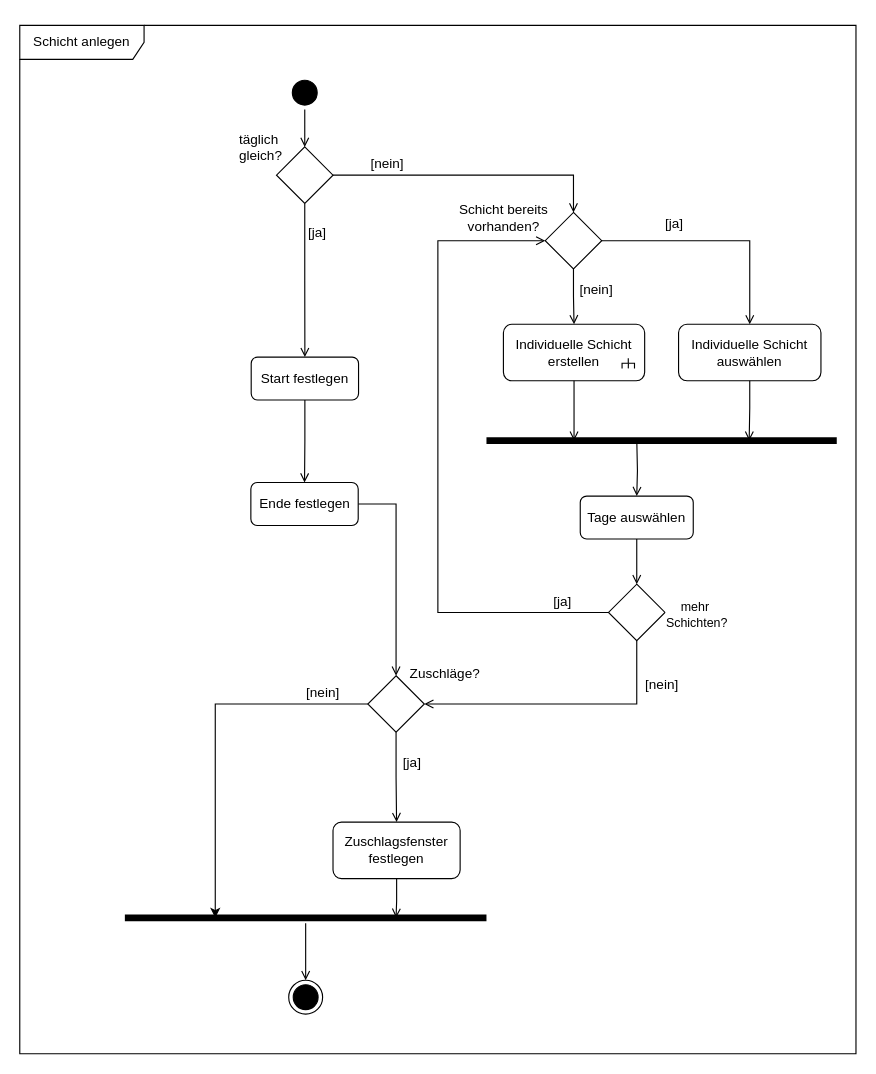
annikalenneper/praxisprojekt_mi_bachelor_SoSe24 keeps this draw.io diagram as 4_Entwurf/4_UML/4_UML_Aktivitätsdiagramme/Schicht anlegen.drawio. Above is the earlier version. Source tidied: cells renumbered, new cells numbered last; positions are measured from the earlier drawing's top-left corner, leaving out a move shared by most shapes. Both pictures are drawn from the tidied source at 113%, with x=0, y=0 at pixel (19, 25).
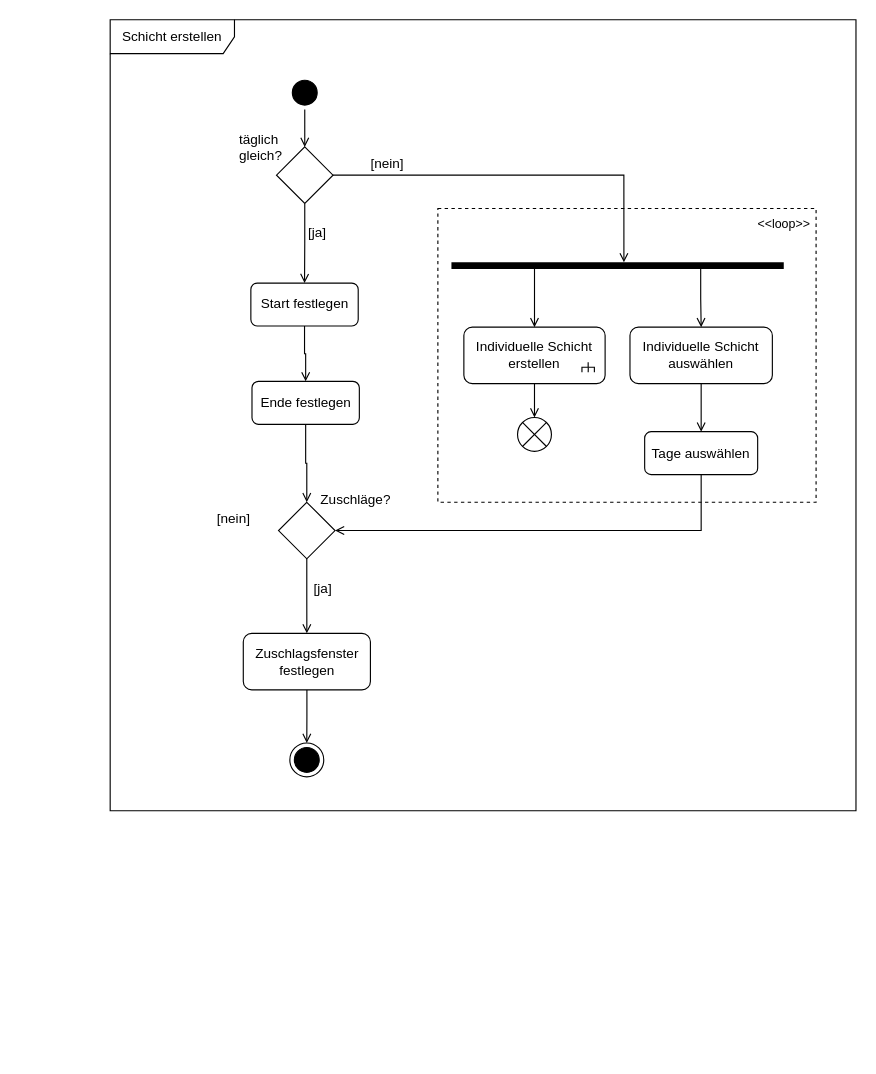
The same diagram, later.

Commit message:
changed ad 'create shift'/ 'Schicht erstellen'

Unchanged cells that the change refers to:
```xml
<mxCell id="9" style="rhombus;whiteSpace=wrap;html=1;" parent="1" vertex="1">
  <mxGeometry x="227.2" y="107.5" width="50" height="50" as="geometry" />
</mxCell>
```

Diff of the diagram source:
```diff
@@
+    <mxCell id="48" style="fontStyle=0;dashed=1;html=1;whiteSpace=wrap;fontFamily=Helvetica;fontSize=11;fontColor=default;labelBackgroundColor=none;textOpacity=0;fillColor=none;" parent="1" vertex="1">
+      <mxGeometry x="370" y="162" width="334.7" height="260" as="geometry" />
+    </mxCell>
-    <mxCell id="2" value="Schicht anlegen" style="shape=umlFrame;whiteSpace=wrap;html=1;width=110;height=30;" parent="1" vertex="1">
-      <mxGeometry width="740" height="910" as="geometry" />
+    <mxCell id="2" value="Schicht erstellen" style="shape=umlFrame;whiteSpace=wrap;html=1;width=110;height=30;" parent="1" vertex="1">
+      <mxGeometry x="80" y="-5" width="660" height="700" as="geometry" />
     </mxCell>
@@
     <mxCell id="6" value="Start festlegen" style="rounded=1;whiteSpace=wrap;html=1;" parent="1" vertex="1">
-      <mxGeometry x="204.8" y="293.5" width="95" height="38" as="geometry" />
+      <mxGeometry x="204.5" y="228" width="95" height="38" as="geometry" />
     </mxCell>
@@
-    <mxCell id="8" style="edgeStyle=orthogonalEdgeStyle;rounded=0;jettySize=auto;html=1;entryX=0.5;entryY=0;entryDx=0;entryDy=0;endArrow=open;endFill=0;" parent="1" edge="1" source="9" target="27">
+    <mxCell id="8" style="edgeStyle=orthogonalEdgeStyle;rounded=0;jettySize=auto;html=1;entryX=0.519;entryY=0.217;entryDx=0;entryDy=0;endArrow=open;endFill=0;entryPerimeter=0;" parent="1" edge="1" source="9" target="53">
       <mxGeometry relative="1" as="geometry" />
     </mxCell>
@@
     <mxCell id="12" value="Ende festlegen" style="rounded=1;whiteSpace=wrap;html=1;" parent="1" vertex="1">
-      <mxGeometry x="204.5" y="404.5" width="95" height="38" as="geometry" />
+      <mxGeometry x="205.5" y="315" width="95" height="38" as="geometry" />
     </mxCell>
+    <mxCell id="49" style="edgeStyle=orthogonalEdgeStyle;rounded=0;jettySize=auto;html=1;entryX=0.5;entryY=0;entryDx=0;entryDy=0;strokeColor=default;align=center;verticalAlign=middle;fontFamily=Helvetica;fontSize=11;fontColor=default;labelBackgroundColor=default;endArrow=open;endFill=0;" parent="1" edge="1" source="13" target="22">
+      <mxGeometry relative="1" as="geometry" />
+    </mxCell>
     <mxCell id="13" value="Zuschlagsf&lt;span style=&quot;background-color: initial;&quot;&gt;enster festlegen&lt;/span&gt;" style="rounded=1;whiteSpace=wrap;html=1;" parent="1" vertex="1">
-      <mxGeometry x="277.2" y="705" width="112.5" height="50" as="geometry" />
+      <mxGeometry x="197.8" y="538" width="112.5" height="50" as="geometry" />
     </mxCell>
@@
     <mxCell id="15" style="rhombus;whiteSpace=wrap;html=1;" parent="1" vertex="1">
-      <mxGeometry x="308" y="575.5" width="50" height="50" as="geometry" />
+      <mxGeometry x="229" y="422" width="50" height="50" as="geometry" />
     </mxCell>
-    <mxCell id="16" style="edgeStyle=orthogonalEdgeStyle;rounded=0;jettySize=auto;html=1;entryX=0.5;entryY=0;entryDx=0;entryDy=0;strokeColor=default;align=center;verticalAlign=middle;fontFamily=Helvetica;fontSize=11;fontColor=default;labelBackgroundColor=default;endArrow=open;endFill=0;" parent="1" edge="1" source="17" target="22">
-      <mxGeometry relative="1" as="geometry" />
-    </mxCell>
-    <mxCell id="17" style="shape=line;html=1;strokeWidth=6;strokeColor=#000000;fillColor=#000000;" parent="1" vertex="1">
-      <mxGeometry x="93" y="785" width="320" height="9.5" as="geometry" />
-    </mxCell>
+    <mxCell id="50" style="edgeStyle=orthogonalEdgeStyle;rounded=0;jettySize=auto;html=1;exitX=0.5;exitY=1;exitDx=0;exitDy=0;entryX=0.5;entryY=0;entryDx=0;entryDy=0;strokeColor=default;align=center;verticalAlign=middle;fontFamily=Helvetica;fontSize=11;fontColor=default;labelBackgroundColor=default;endArrow=open;endFill=0;" parent="1" edge="1" source="18" target="54">
+      <mxGeometry relative="1" as="geometry" />
+    </mxCell>
     <mxCell id="18" value="Individuelle Schicht erstellen" style="rounded=1;whiteSpace=wrap;html=1;" parent="1" vertex="1">
-      <mxGeometry x="428" y="264.5" width="125" height="50" as="geometry" />
+      <mxGeometry x="393" y="267" width="125" height="50" as="geometry" />
     </mxCell>
     <mxCell id="19" value="Zuschläge?" style="text;html=1;align=center;verticalAlign=middle;strokeColor=none;fillColor=none;" parent="1" vertex="1">
-      <mxGeometry x="331" y="558.5" width="90" height="30" as="geometry" />
+      <mxGeometry x="252" y="405" width="90" height="30" as="geometry" />
     </mxCell>
@@
     <mxCell id="22" style="ellipse;html=1;shape=endState;fillColor=strokeColor;" parent="1" vertex="1">
-      <mxGeometry x="238" y="845" width="30" height="30" as="geometry" />
+      <mxGeometry x="239" y="635" width="30" height="30" as="geometry" />
     </mxCell>
     <mxCell id="23" value="[ja]" style="text;html=1;align=center;verticalAlign=middle;strokeColor=none;fillColor=none;" parent="1" vertex="1">
-      <mxGeometry x="327" y="637.5" width="40" height="30" as="geometry" />
+      <mxGeometry x="248" y="484" width="40" height="30" as="geometry" />
     </mxCell>
     <mxCell id="24" value="[nein]" style="text;html=1;align=center;verticalAlign=middle;strokeColor=none;fillColor=none;" parent="1" vertex="1">
-      <mxGeometry x="243" y="575.5" width="50" height="30" as="geometry" />
+      <mxGeometry x="164" y="422" width="50" height="30" as="geometry" />
     </mxCell>
-    <mxCell id="25" style="edgeStyle=orthogonalEdgeStyle;rounded=0;jettySize=auto;html=1;endArrow=open;endFill=0;" parent="1" edge="1" source="27" target="18">
-      <mxGeometry relative="1" as="geometry" />
-    </mxCell>
-    <mxCell id="26" style="edgeStyle=orthogonalEdgeStyle;rounded=0;jettySize=auto;html=1;entryX=0.5;entryY=0;entryDx=0;entryDy=0;strokeColor=default;align=center;verticalAlign=middle;fontFamily=Helvetica;fontSize=11;fontColor=default;labelBackgroundColor=default;endArrow=open;endFill=0;" parent="1" edge="1" source="27" target="31">
-      <mxGeometry relative="1" as="geometry" />
-    </mxCell>
-    <mxCell id="27" style="rhombus;whiteSpace=wrap;html=1;" parent="1" vertex="1">
-      <mxGeometry x="465" y="165.5" width="50" height="50" as="geometry" />
-    </mxCell>
-    <mxCell id="28" value="Schicht bereits&lt;div&gt;vorhanden?&lt;/div&gt;" style="text;html=1;align=center;verticalAlign=middle;strokeColor=none;fillColor=none;" parent="1" vertex="1">
-      <mxGeometry x="378" y="149.5" width="100" height="40" as="geometry" />
-    </mxCell>
-    <mxCell id="29" style="edgeStyle=orthogonalEdgeStyle;rounded=0;jettySize=auto;html=1;entryX=0.5;entryY=0;entryDx=0;entryDy=0;endArrow=open;endFill=0;exitX=0.504;exitY=0.788;exitDx=0;exitDy=0;exitPerimeter=0;" parent="1" edge="1" target="35">
-      <mxGeometry relative="1" as="geometry">
-        <mxPoint x="546.1" y="370.4" as="sourcePoint" />
-      </mxGeometry>
+    <mxCell id="29" style="edgeStyle=orthogonalEdgeStyle;rounded=0;jettySize=auto;html=1;entryX=0.5;entryY=0;entryDx=0;entryDy=0;endArrow=open;endFill=0;exitX=0.5;exitY=1;exitDx=0;exitDy=0;" parent="1" edge="1" source="31" target="35">
+      <mxGeometry relative="1" as="geometry" />
     </mxCell>
-    <mxCell id="30" style="shape=line;html=1;strokeWidth=6;strokeColor=#000000;fillColor=#000000;" parent="1" vertex="1">
-      <mxGeometry x="413" y="362.5" width="310" height="10" as="geometry" />
-    </mxCell>
     <mxCell id="31" value="Individuelle Schicht auswählen" style="rounded=1;whiteSpace=wrap;html=1;" parent="1" vertex="1">
-      <mxGeometry x="583" y="264.5" width="126" height="50" as="geometry" />
+      <mxGeometry x="540" y="267" width="126" height="50" as="geometry" />
     </mxCell>
-    <mxCell id="32" value="[ja]" style="text;html=1;align=center;verticalAlign=middle;strokeColor=none;fillColor=none;" parent="1" vertex="1">
-      <mxGeometry x="559" y="160.5" width="40" height="30" as="geometry" />
-    </mxCell>
-    <mxCell id="33" value="[nein]" style="text;html=1;align=center;verticalAlign=middle;strokeColor=none;fillColor=none;" parent="1" vertex="1">
-      <mxGeometry x="485" y="218.5" width="50" height="30" as="geometry" />
-    </mxCell>
-    <mxCell id="34" style="edgeStyle=orthogonalEdgeStyle;rounded=0;jettySize=auto;html=1;entryX=0.25;entryY=0.5;entryDx=0;entryDy=0;entryPerimeter=0;endArrow=open;endFill=0;exitX=0.5;exitY=1;exitDx=0;exitDy=0;" parent="1" edge="1" source="18" target="30">
-      <mxGeometry relative="1" as="geometry" />
-    </mxCell>
     <mxCell id="35" value="Tage auswählen" style="rounded=1;whiteSpace=wrap;html=1;" parent="1" vertex="1">
-      <mxGeometry x="496" y="416.5" width="100" height="38" as="geometry" />
+      <mxGeometry x="553" y="359.5" width="100" height="38" as="geometry" />
     </mxCell>
-    <mxCell id="36" style="edgeStyle=orthogonalEdgeStyle;rounded=0;jettySize=auto;html=1;entryX=0;entryY=0.5;entryDx=0;entryDy=0;strokeColor=default;align=center;verticalAlign=middle;fontFamily=Helvetica;fontSize=11;fontColor=default;labelBackgroundColor=default;endArrow=open;endFill=0;exitX=0;exitY=0.5;exitDx=0;exitDy=0;exitPerimeter=0;" parent="1" edge="1" source="38" target="27">
-      <mxGeometry relative="1" as="geometry">
-        <Array as="points">
-          <mxPoint x="370" y="520" />
-          <mxPoint x="370" y="190" />
-        </Array>
-      </mxGeometry>
-    </mxCell>
-    <mxCell id="37" style="edgeStyle=orthogonalEdgeStyle;rounded=0;jettySize=auto;html=1;entryX=1;entryY=0.5;entryDx=0;entryDy=0;strokeColor=default;align=center;verticalAlign=middle;fontFamily=Helvetica;fontSize=11;fontColor=default;labelBackgroundColor=default;endArrow=open;endFill=0;" parent="1" edge="1" source="38" target="15">
-      <mxGeometry relative="1" as="geometry">
-        <Array as="points">
-          <mxPoint x="546" y="600.5" />
-        </Array>
-      </mxGeometry>
-    </mxCell>
-    <mxCell id="38" style="strokeWidth=1;html=1;shape=mxgraph.flowchart.decision;whiteSpace=wrap;" parent="1" vertex="1">
-      <mxGeometry x="521" y="494.5" width="50" height="50" as="geometry" />
-    </mxCell>
-    <mxCell id="39" style="edgeStyle=orthogonalEdgeStyle;rounded=0;jettySize=auto;html=1;entryX=0.5;entryY=0;entryDx=0;entryDy=0;entryPerimeter=0;endArrow=open;endFill=0;" parent="1" edge="1" source="35" target="38">
+    <mxCell id="39" style="edgeStyle=orthogonalEdgeStyle;rounded=0;jettySize=auto;html=1;entryX=1;entryY=0.5;entryDx=0;entryDy=0;endArrow=open;endFill=0;exitX=0.5;exitY=1;exitDx=0;exitDy=0;" parent="1" edge="1" source="35" target="15">
       <mxGeometry relative="1" as="geometry" />
     </mxCell>
-    <mxCell id="40" value="mehr&amp;nbsp;&lt;div&gt;Schichten?&lt;/div&gt;" style="text;html=1;align=center;verticalAlign=middle;strokeColor=none;fillColor=none;fontFamily=Helvetica;fontSize=11;fontColor=default;labelBackgroundColor=default;" parent="1" vertex="1">
-      <mxGeometry x="559" y="501.5" width="80" height="40" as="geometry" />
-    </mxCell>
-    <mxCell id="41" value="[ja]" style="text;html=1;align=center;verticalAlign=middle;strokeColor=none;fillColor=none;" parent="1" vertex="1">
-      <mxGeometry x="460" y="494.5" width="40" height="30" as="geometry" />
-    </mxCell>
-    <mxCell id="42" style="edgeStyle=orthogonalEdgeStyle;rounded=0;jettySize=auto;html=1;entryX=0.75;entryY=0.5;entryDx=0;entryDy=0;entryPerimeter=0;strokeColor=default;align=center;verticalAlign=middle;fontFamily=Helvetica;fontSize=11;fontColor=default;labelBackgroundColor=default;endArrow=open;endFill=0;exitX=0.5;exitY=1;exitDx=0;exitDy=0;" parent="1" edge="1" source="31" target="30">
-      <mxGeometry relative="1" as="geometry" />
-    </mxCell>
-    <mxCell id="43" style="edgeStyle=orthogonalEdgeStyle;rounded=0;jettySize=auto;html=1;entryX=0.75;entryY=0.5;entryDx=0;entryDy=0;entryPerimeter=0;strokeColor=default;align=center;verticalAlign=middle;fontFamily=Helvetica;fontSize=11;fontColor=default;labelBackgroundColor=default;endArrow=open;endFill=0;" parent="1" edge="1" source="13" target="17">
-      <mxGeometry relative="1" as="geometry" />
-    </mxCell>
-    <mxCell id="44" value="[nein]" style="text;html=1;align=center;verticalAlign=middle;strokeColor=none;fillColor=none;" parent="1" vertex="1">
-      <mxGeometry x="543" y="568.5" width="50" height="30" as="geometry" />
-    </mxCell>
     <mxCell id="45" style="strokeWidth=1;html=1;shape=mxgraph.flowchart.annotation_2;align=left;labelPosition=right;rotation=90;" parent="1" vertex="1">
-      <mxGeometry x="534" y="293.5" width="9" height="11" as="geometry" />
+      <mxGeometry x="498.5" y="297" width="9" height="11" as="geometry" />
     </mxCell>
@@
-    <mxCell id="47" style="edgeStyle=orthogonalEdgeStyle;rounded=0;jettySize=auto;html=1;entryX=0.25;entryY=0.5;entryDx=0;entryDy=0;entryPerimeter=0;" parent="1" edge="1" source="15" target="17">
-      <mxGeometry relative="1" as="geometry">
-        <Array as="points">
-          <mxPoint x="173" y="601" />
-        </Array>
-      </mxGeometry>
-    </mxCell>
+    <mxCell id="51" style="edgeStyle=orthogonalEdgeStyle;rounded=0;jettySize=auto;html=1;exitX=0.25;exitY=0.5;exitDx=0;exitDy=0;exitPerimeter=0;entryX=0.5;entryY=0;entryDx=0;entryDy=0;strokeColor=default;align=center;verticalAlign=middle;fontFamily=Helvetica;fontSize=11;fontColor=default;labelBackgroundColor=default;endArrow=open;endFill=0;" parent="1" edge="1" source="53" target="18">
+      <mxGeometry relative="1" as="geometry" />
+    </mxCell>
+    <mxCell id="52" style="edgeStyle=orthogonalEdgeStyle;rounded=0;jettySize=auto;html=1;exitX=0.75;exitY=0.5;exitDx=0;exitDy=0;exitPerimeter=0;entryX=0.5;entryY=0;entryDx=0;entryDy=0;strokeColor=default;align=center;verticalAlign=middle;fontFamily=Helvetica;fontSize=11;fontColor=default;labelBackgroundColor=default;endArrow=open;endFill=0;" parent="1" edge="1" source="53" target="31">
+      <mxGeometry relative="1" as="geometry" />
+    </mxCell>
+    <mxCell id="53" style="shape=line;html=1;strokeWidth=6;strokeColor=#000000;fillColor=#000000;fontFamily=Helvetica;fontSize=11;fontColor=default;labelBackgroundColor=default;" parent="1" vertex="1">
+      <mxGeometry x="382" y="207.5" width="294.1" height="10" as="geometry" />
+    </mxCell>
+    <mxCell id="54" style="shape=sumEllipse;perimeter=ellipsePerimeter;html=1;backgroundOutline=1;fontFamily=Helvetica;fontSize=11;fontColor=default;labelBackgroundColor=default;" parent="1" vertex="1">
+      <mxGeometry x="440.5" y="347" width="30" height="30" as="geometry" />
+    </mxCell>
+    <mxCell id="55" value="&amp;lt;&amp;lt;loop&amp;gt;&amp;gt;" style="text;html=1;align=center;verticalAlign=middle;strokeColor=none;fillColor=none;fontFamily=Helvetica;fontSize=11;fontColor=default;labelBackgroundColor=default;" parent="1" vertex="1">
+      <mxGeometry x="641" y="160.5" width="70" height="30" as="geometry" />
+    </mxCell>
```
